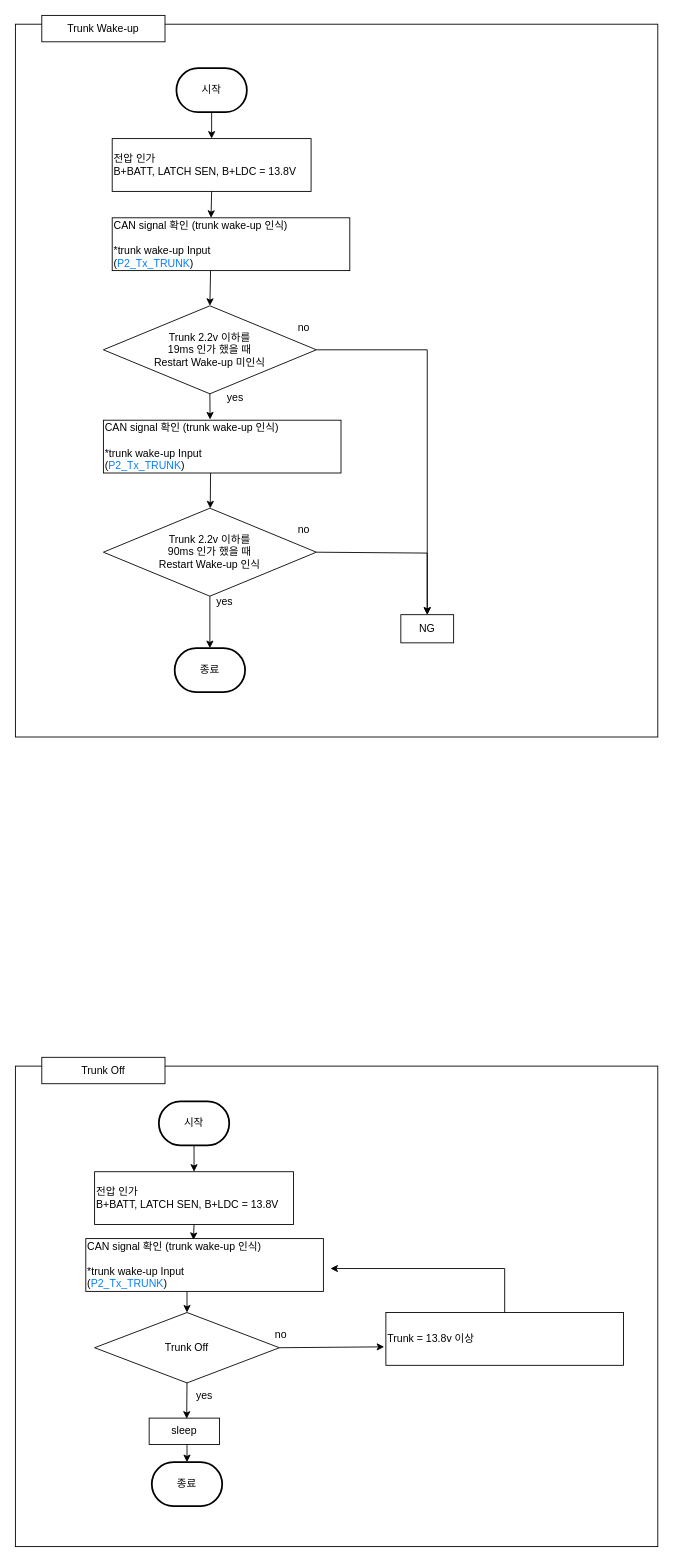
Above: Trunk Wake-up.drawio in chaeyoonl/state-transition-diagram-test (draw.io), before the change. Source tidied: cells renumbered, new cells numbered last; positions are measured from the earlier drawing's top-left corner, leaving out a move shared by most shapes. Both pictures are drawn from the tidied source at 88%, with x=0, y=0 at pixel (15, 15).
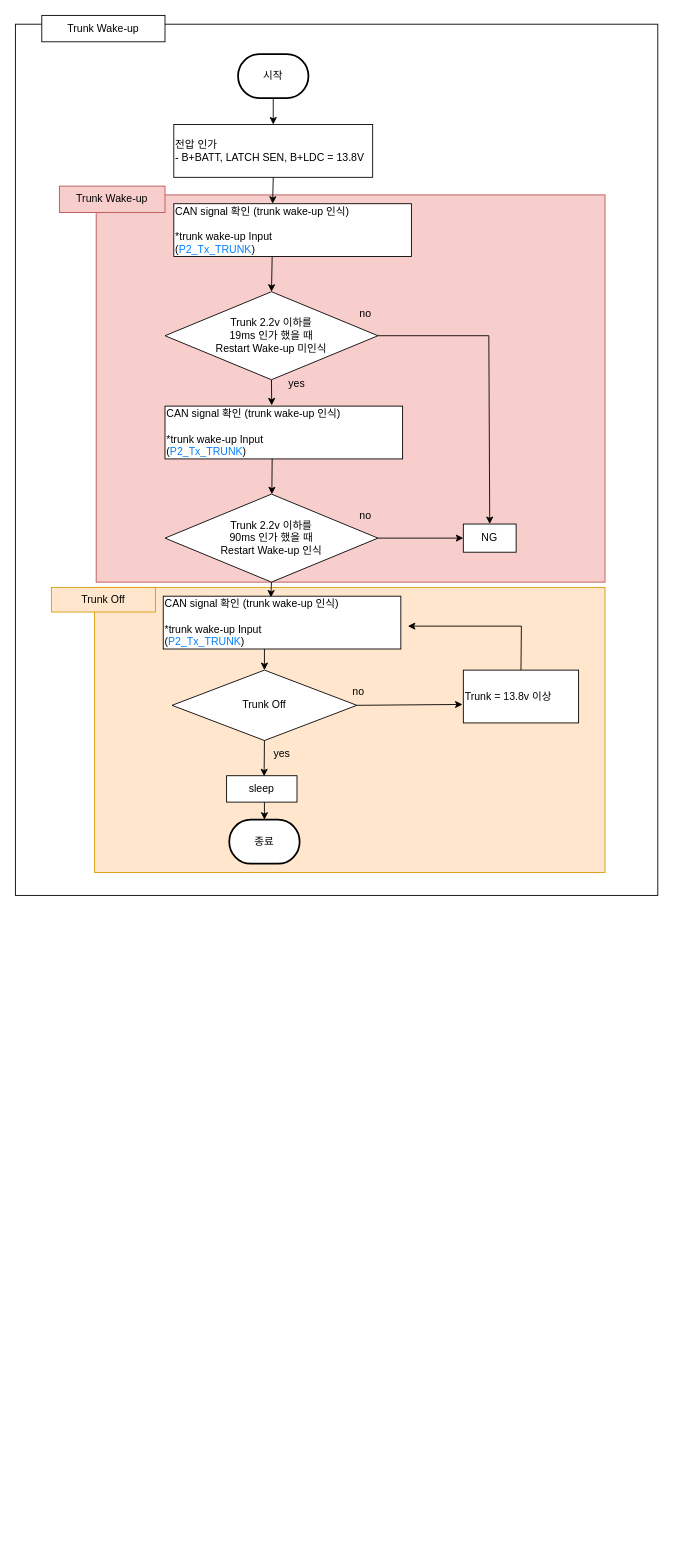
Above is the later version.

Change to the diagram source:
```diff
@@
     <mxCell id="2" style="rounded=0;whiteSpace=wrap;html=1;" parent="1" vertex="1">
-      <mxGeometry y="10" width="730" height="810" as="geometry" />
+      <mxGeometry y="10" width="730" height="990" as="geometry" />
     </mxCell>
+    <mxCell id="10" value="Trunk Wake-up" style="rounded=0;whiteSpace=wrap;html=1;" parent="1" vertex="1">
+      <mxGeometry x="30" width="140" height="30" as="geometry" />
+    </mxCell>
+    <mxCell id="42" style="rounded=0;whiteSpace=wrap;html=1;fillColor=#f8cecc;strokeColor=#b85450;" parent="1" vertex="1">
+      <mxGeometry x="91.8" y="204" width="578.2" height="440" as="geometry" />
+    </mxCell>
+    <mxCell id="43" value="&lt;span style=&quot;color: rgb(0, 0, 0); font-family: Helvetica; font-size: 12px; font-style: normal; font-variant-ligatures: normal; font-variant-caps: normal; font-weight: 400; letter-spacing: normal; orphans: 2; text-align: center; text-indent: 0px; text-transform: none; widows: 2; word-spacing: 0px; -webkit-text-stroke-width: 0px; text-decoration-thickness: initial; text-decoration-style: initial; text-decoration-color: initial; float: none; display: inline !important;&quot;&gt;Trunk Wake-up&lt;br&gt;&lt;/span&gt;" style="rounded=0;whiteSpace=wrap;html=1;fillColor=#f8cecc;strokeColor=#b85450;fillStyle=solid;labelBackgroundColor=none;" parent="1" vertex="1">
+      <mxGeometry x="50" y="194" width="120" height="30" as="geometry" />
+    </mxCell>
     <mxCell id="3" value="시작" style="strokeWidth=2;html=1;shape=mxgraph.flowchart.terminator;whiteSpace=wrap;" parent="1" vertex="1">
-      <mxGeometry x="183" y="60" width="80" height="50" as="geometry" />
+      <mxGeometry x="253" y="44" width="80" height="50" as="geometry" />
     </mxCell>
-    <mxCell id="4" value="종료" style="strokeWidth=2;html=1;shape=mxgraph.flowchart.terminator;whiteSpace=wrap;" parent="1" vertex="1">
-      <mxGeometry x="181" y="719" width="80" height="50" as="geometry" />
-    </mxCell>
-    <mxCell id="5" value="전압 인가&lt;br&gt;B+BATT, LATCH SEN, B+LDC = 13.8V" style="rounded=0;whiteSpace=wrap;html=1;align=left;" parent="1" vertex="1">
-      <mxGeometry x="110" y="140" width="226" height="60" as="geometry" />
+    <mxCell id="5" value="전압 인가&lt;br&gt;- B+BATT, LATCH SEN, B+LDC = 13.8V" style="rounded=0;whiteSpace=wrap;html=1;align=left;" parent="1" vertex="1">
+      <mxGeometry x="180" y="124" width="226" height="60" as="geometry" />
     </mxCell>
     <mxCell id="6" value="Trunk 2.2v 이하를&lt;br&gt;19ms 인가 했을 때 &lt;br&gt;Restart Wake-up 미인식" style="rhombus;whiteSpace=wrap;html=1;" parent="1" vertex="1">
-      <mxGeometry x="100" y="330" width="242" height="100" as="geometry" />
+      <mxGeometry x="170" y="314" width="242" height="100" as="geometry" />
     </mxCell>
@@
-    <mxCell id="9" style="endArrow=classic;html=1;rounded=0;exitX=0.5;exitY=1;exitDx=0;exitDy=0;entryX=0.5;entryY=0;entryDx=0;entryDy=0;entryPerimeter=0;" parent="1" edge="1" target="4">
-      <mxGeometry relative="1" as="geometry">
-        <mxPoint x="221" y="660" as="sourcePoint" />
-      </mxGeometry>
-    </mxCell>
-    <mxCell id="10" value="Trunk Wake-up" style="rounded=0;whiteSpace=wrap;html=1;" parent="1" vertex="1">
-      <mxGeometry x="30" width="140" height="30" as="geometry" />
-    </mxCell>
-    <mxCell id="11" style="rounded=0;whiteSpace=wrap;html=1;" parent="1" vertex="1">
-      <mxGeometry y="1194" width="730" height="546" as="geometry" />
-    </mxCell>
-    <mxCell id="12" value="시작" style="strokeWidth=2;html=1;shape=mxgraph.flowchart.terminator;whiteSpace=wrap;" parent="1" vertex="1">
-      <mxGeometry x="163" y="1234" width="80" height="50" as="geometry" />
-    </mxCell>
-    <mxCell id="13" value="종료" style="strokeWidth=2;html=1;shape=mxgraph.flowchart.terminator;whiteSpace=wrap;" parent="1" vertex="1">
-      <mxGeometry x="155" y="1644" width="80" height="50" as="geometry" />
-    </mxCell>
-    <mxCell id="14" value="전압 인가&lt;br&gt;B+BATT, LATCH SEN, B+LDC = 13.8V" style="rounded=0;whiteSpace=wrap;html=1;align=left;" parent="1" vertex="1">
-      <mxGeometry x="90" y="1314" width="226" height="60" as="geometry" />
-    </mxCell>
-    <mxCell id="15" value="Trunk&amp;nbsp;Off" style="rhombus;whiteSpace=wrap;html=1;" parent="1" vertex="1">
-      <mxGeometry x="90" y="1474" width="210" height="80" as="geometry" />
-    </mxCell>
-    <mxCell id="16" style="endArrow=classic;html=1;rounded=0;exitX=0.5;exitY=1;exitDx=0;exitDy=0;entryX=0.5;entryY=0;entryDx=0;entryDy=0;" parent="1" edge="1" target="15">
-      <mxGeometry relative="1" as="geometry">
-        <mxPoint x="195" y="1434" as="sourcePoint" />
-      </mxGeometry>
-    </mxCell>
-    <mxCell id="17" style="endArrow=classic;html=1;rounded=0;exitX=0.5;exitY=1;exitDx=0;exitDy=0;exitPerimeter=0;entryX=0.5;entryY=0;entryDx=0;entryDy=0;" parent="1" edge="1" source="12" target="14">
-      <mxGeometry relative="1" as="geometry" />
-    </mxCell>
-    <mxCell id="18" style="endArrow=classic;html=1;rounded=0;exitX=0.5;exitY=1;exitDx=0;exitDy=0;entryX=0.5;entryY=0;entryDx=0;entryDy=0;entryPerimeter=0;" parent="1" edge="1" target="13">
-      <mxGeometry relative="1" as="geometry">
-        <mxPoint x="195" y="1624" as="sourcePoint" />
-      </mxGeometry>
-    </mxCell>
-    <mxCell id="19" value="Trunk = 13.8v 이상" style="rounded=0;whiteSpace=wrap;html=1;align=left;" parent="1" vertex="1">
-      <mxGeometry x="421" y="1474" width="270" height="60" as="geometry" />
-    </mxCell>
-    <mxCell id="20" style="endArrow=classic;html=1;rounded=0;exitX=1;exitY=0.5;exitDx=0;exitDy=0;entryX=-0.007;entryY=0.65;entryDx=0;entryDy=0;entryPerimeter=0;" parent="1" edge="1" source="15" target="19">
-      <mxGeometry relative="1" as="geometry" />
-    </mxCell>
+    <mxCell id="26" value="no" style="text;html=1;strokeColor=none;fillColor=none;align=center;verticalAlign=middle;whiteSpace=wrap;rounded=0;" parent="1" vertex="1">
+      <mxGeometry x="368" y="324" width="60" height="30" as="geometry" />
+    </mxCell>
+    <mxCell id="32" value="yes" style="text;html=1;strokeColor=none;fillColor=none;align=center;verticalAlign=middle;whiteSpace=wrap;rounded=0;" parent="1" vertex="1">
+      <mxGeometry x="290" y="404" width="60" height="30" as="geometry" />
+    </mxCell>
+    <mxCell id="33" style="endArrow=classic;html=1;rounded=0;exitX=1;exitY=0.5;exitDx=0;exitDy=0;entryX=0.5;entryY=0;entryDx=0;entryDy=0;" parent="1" edge="1" source="6" target="31">
+      <mxGeometry relative="1" as="geometry">
+        <Array as="points">
+          <mxPoint x="538" y="364" />
+        </Array>
+      </mxGeometry>
+    </mxCell>
+    <mxCell id="37" value="CAN signal 확인 (trunk wake-up 인식)&lt;br style=&quot;border-color: var(--border-color);&quot;&gt;&lt;br style=&quot;border-color: var(--border-color);&quot;&gt;*trunk wake-up&amp;nbsp;Input&amp;nbsp;&lt;br style=&quot;border-color: var(--border-color);&quot;&gt;(&lt;font style=&quot;border-color: var(--border-color);&quot; color=&quot;#007fff&quot;&gt;P2_Tx_TRUNK&lt;/font&gt;)" style="rounded=0;whiteSpace=wrap;html=1;align=left;" parent="1" vertex="1">
+      <mxGeometry x="180" y="214" width="270" height="60" as="geometry" />
+    </mxCell>
+    <mxCell id="38" style="endArrow=classic;html=1;rounded=0;exitX=0.5;exitY=1;exitDx=0;exitDy=0;entryX=0.416;entryY=0;entryDx=0;entryDy=0;entryPerimeter=0;" parent="1" edge="1" source="5" target="37">
+      <mxGeometry relative="1" as="geometry" />
+    </mxCell>
+    <mxCell id="39" style="endArrow=classic;html=1;rounded=0;exitX=0.5;exitY=1;exitDx=0;exitDy=0;entryX=0.449;entryY=-0.014;entryDx=0;entryDy=0;entryPerimeter=0;" parent="1" edge="1" source="6" target="40">
+      <mxGeometry relative="1" as="geometry" />
+    </mxCell>
+    <mxCell id="40" value="CAN signal 확인 (trunk wake-up 인식)&lt;br style=&quot;border-color: var(--border-color);&quot;&gt;&lt;br style=&quot;border-color: var(--border-color);&quot;&gt;*trunk wake-up&amp;nbsp;Input&amp;nbsp;&lt;br style=&quot;border-color: var(--border-color);&quot;&gt;(&lt;font style=&quot;border-color: var(--border-color);&quot; color=&quot;#007fff&quot;&gt;P2_Tx_TRUNK&lt;/font&gt;)" style="rounded=0;whiteSpace=wrap;html=1;align=left;" parent="1" vertex="1">
+      <mxGeometry x="170" y="444" width="270" height="60" as="geometry" />
+    </mxCell>
+    <mxCell id="44" style="rounded=0;whiteSpace=wrap;html=1;fillColor=#ffe6cc;strokeColor=#d79b00;" parent="1" vertex="1">
+      <mxGeometry x="90" y="650" width="580" height="324" as="geometry" />
+    </mxCell>
-    <mxCell id="21" value="Trunk&amp;nbsp;Off" style="rounded=0;whiteSpace=wrap;html=1;" parent="1" vertex="1">
-      <mxGeometry x="30" y="1184" width="140" height="30" as="geometry" />
+    <mxCell id="21" value="&lt;span style=&quot;color: rgb(0, 0, 0); font-family: Helvetica; font-size: 12px; font-style: normal; font-variant-ligatures: normal; font-variant-caps: normal; font-weight: 400; letter-spacing: normal; orphans: 2; text-align: center; text-indent: 0px; text-transform: none; widows: 2; word-spacing: 0px; -webkit-text-stroke-width: 0px; text-decoration-thickness: initial; text-decoration-style: initial; text-decoration-color: initial; float: none; display: inline !important;&quot;&gt;Trunk Off&lt;br&gt;&lt;/span&gt;" style="rounded=0;whiteSpace=wrap;html=1;fillColor=#ffe6cc;strokeColor=#d79b00;labelBackgroundColor=none;" parent="1" vertex="1">
+      <mxGeometry x="40.9" y="650" width="118.2" height="28" as="geometry" />
     </mxCell>
-    <mxCell id="22" value="sleep" style="rounded=0;whiteSpace=wrap;html=1;align=center;" parent="1" vertex="1">
-      <mxGeometry x="152" y="1594" width="80" height="30" as="geometry" />
-    </mxCell>
-    <mxCell id="23" style="endArrow=classic;html=1;rounded=0;exitX=0.5;exitY=1;exitDx=0;exitDy=0;entryX=0.533;entryY=0.022;entryDx=0;entryDy=0;entryPerimeter=0;" parent="1" edge="1" source="15" target="22">
-      <mxGeometry relative="1" as="geometry" />
-    </mxCell>
-    <mxCell id="24" value="yes" style="text;html=1;strokeColor=none;fillColor=none;align=center;verticalAlign=middle;whiteSpace=wrap;rounded=0;" parent="1" vertex="1">
-      <mxGeometry x="208" y="651" width="60" height="30" as="geometry" />
-    </mxCell>
-    <mxCell id="25" value="yes" style="text;html=1;strokeColor=none;fillColor=none;align=center;verticalAlign=middle;whiteSpace=wrap;rounded=0;" parent="1" vertex="1">
-      <mxGeometry x="185" y="1554" width="60" height="30" as="geometry" />
-    </mxCell>
-    <mxCell id="26" value="no" style="text;html=1;strokeColor=none;fillColor=none;align=center;verticalAlign=middle;whiteSpace=wrap;rounded=0;" parent="1" vertex="1">
-      <mxGeometry x="298" y="340" width="60" height="30" as="geometry" />
-    </mxCell>
-    <mxCell id="27" value="no" style="text;html=1;strokeColor=none;fillColor=none;align=center;verticalAlign=middle;whiteSpace=wrap;rounded=0;" parent="1" vertex="1">
-      <mxGeometry x="272" y="1484" width="60" height="30" as="geometry" />
-    </mxCell>
     <mxCell id="28" value="Trunk 2.2v 이하를&lt;br&gt;90ms 인가 했을 때 &lt;br&gt;Restart Wake-up 인식" style="rhombus;whiteSpace=wrap;html=1;" parent="1" vertex="1">
-      <mxGeometry x="100" y="560" width="242" height="100" as="geometry" />
+      <mxGeometry x="170" y="544" width="242" height="100" as="geometry" />
     </mxCell>
     <mxCell id="29" value="no" style="text;html=1;strokeColor=none;fillColor=none;align=center;verticalAlign=middle;whiteSpace=wrap;rounded=0;" parent="1" vertex="1">
-      <mxGeometry x="298" y="570" width="60" height="30" as="geometry" />
+      <mxGeometry x="368" y="554" width="60" height="30" as="geometry" />
     </mxCell>
@@
     <mxCell id="31" value="NG" style="rounded=0;whiteSpace=wrap;html=1;align=center;" parent="1" vertex="1">
-      <mxGeometry x="438" y="681" width="60" height="32" as="geometry" />
+      <mxGeometry x="509" y="578" width="60" height="32" as="geometry" />
     </mxCell>
-    <mxCell id="32" value="yes" style="text;html=1;strokeColor=none;fillColor=none;align=center;verticalAlign=middle;whiteSpace=wrap;rounded=0;" parent="1" vertex="1">
-      <mxGeometry x="220" y="420" width="60" height="30" as="geometry" />
-    </mxCell>
-    <mxCell id="33" style="endArrow=classic;html=1;rounded=0;exitX=1;exitY=0.5;exitDx=0;exitDy=0;entryX=0.5;entryY=0;entryDx=0;entryDy=0;" parent="1" edge="1" source="6" target="31">
-      <mxGeometry relative="1" as="geometry">
-        <Array as="points">
-          <mxPoint x="468" y="380" />
-        </Array>
-      </mxGeometry>
-    </mxCell>
-    <mxCell id="34" style="endArrow=classic;html=1;rounded=0;exitX=1;exitY=0.5;exitDx=0;exitDy=0;" parent="1" edge="1" source="28">
-      <mxGeometry relative="1" as="geometry">
-        <mxPoint x="468" y="681" as="targetPoint" />
-        <Array as="points">
-          <mxPoint x="468" y="611" />
-        </Array>
-      </mxGeometry>
+    <mxCell id="34" style="endArrow=classic;html=1;rounded=0;exitX=1;exitY=0.5;exitDx=0;exitDy=0;entryX=0;entryY=0.5;entryDx=0;entryDy=0;" parent="1" edge="1" source="28" target="31">
+      <mxGeometry relative="1" as="geometry" />
     </mxCell>
-    <mxCell id="35" style="endArrow=classic;html=1;rounded=0;exitX=0.5;exitY=0;exitDx=0;exitDy=0;" parent="1" edge="1" source="19">
-      <mxGeometry relative="1" as="geometry">
-        <mxPoint x="358" y="1424" as="targetPoint" />
-        <Array as="points">
-          <mxPoint x="556" y="1424" />
-        </Array>
-      </mxGeometry>
-    </mxCell>
-    <mxCell id="36" style="endArrow=classic;html=1;rounded=0;exitX=0.5;exitY=1;exitDx=0;exitDy=0;entryX=0.453;entryY=0.025;entryDx=0;entryDy=0;entryPerimeter=0;" parent="1" edge="1" source="14" target="41">
-      <mxGeometry relative="1" as="geometry" />
-    </mxCell>
-    <mxCell id="37" value="CAN signal 확인 (trunk wake-up 인식)&lt;br style=&quot;border-color: var(--border-color);&quot;&gt;&lt;br style=&quot;border-color: var(--border-color);&quot;&gt;*trunk wake-up&amp;nbsp;Input&amp;nbsp;&lt;br style=&quot;border-color: var(--border-color);&quot;&gt;(&lt;font style=&quot;border-color: var(--border-color);&quot; color=&quot;#007fff&quot;&gt;P2_Tx_TRUNK&lt;/font&gt;)" style="rounded=0;whiteSpace=wrap;html=1;align=left;" parent="1" vertex="1">
-      <mxGeometry x="110" y="230" width="270" height="60" as="geometry" />
-    </mxCell>
-    <mxCell id="38" style="endArrow=classic;html=1;rounded=0;exitX=0.5;exitY=1;exitDx=0;exitDy=0;entryX=0.416;entryY=0;entryDx=0;entryDy=0;entryPerimeter=0;" parent="1" edge="1" source="5" target="37">
-      <mxGeometry relative="1" as="geometry" />
-    </mxCell>
-    <mxCell id="39" style="endArrow=classic;html=1;rounded=0;exitX=0.5;exitY=1;exitDx=0;exitDy=0;entryX=0.449;entryY=-0.014;entryDx=0;entryDy=0;entryPerimeter=0;" parent="1" edge="1" source="6" target="40">
-      <mxGeometry relative="1" as="geometry" />
-    </mxCell>
-    <mxCell id="40" value="CAN signal 확인 (trunk wake-up 인식)&lt;br style=&quot;border-color: var(--border-color);&quot;&gt;&lt;br style=&quot;border-color: var(--border-color);&quot;&gt;*trunk wake-up&amp;nbsp;Input&amp;nbsp;&lt;br style=&quot;border-color: var(--border-color);&quot;&gt;(&lt;font style=&quot;border-color: var(--border-color);&quot; color=&quot;#007fff&quot;&gt;P2_Tx_TRUNK&lt;/font&gt;)" style="rounded=0;whiteSpace=wrap;html=1;align=left;" parent="1" vertex="1">
-      <mxGeometry x="100" y="460" width="270" height="60" as="geometry" />
-    </mxCell>
+    <mxCell id="45" value="종료" style="strokeWidth=2;html=1;shape=mxgraph.flowchart.terminator;whiteSpace=wrap;" parent="1" vertex="1">
+      <mxGeometry x="243" y="914" width="80" height="50" as="geometry" />
+    </mxCell>
+    <mxCell id="15" value="Trunk&amp;nbsp;Off" style="rhombus;whiteSpace=wrap;html=1;" parent="1" vertex="1">
+      <mxGeometry x="178" y="744" width="210" height="80" as="geometry" />
+    </mxCell>
+    <mxCell id="46" style="endArrow=classic;html=1;rounded=0;exitX=0.5;exitY=1;exitDx=0;exitDy=0;entryX=0.5;entryY=0;entryDx=0;entryDy=0;" parent="1" edge="1" target="15">
+      <mxGeometry relative="1" as="geometry">
+        <mxPoint x="283" y="704" as="sourcePoint" />
+      </mxGeometry>
+    </mxCell>
+    <mxCell id="47" style="endArrow=classic;html=1;rounded=0;exitX=0.5;exitY=1;exitDx=0;exitDy=0;entryX=0.5;entryY=0;entryDx=0;entryDy=0;entryPerimeter=0;" parent="1" edge="1" target="45">
+      <mxGeometry relative="1" as="geometry">
+        <mxPoint x="283" y="894" as="sourcePoint" />
+      </mxGeometry>
+    </mxCell>
+    <mxCell id="19" value="Trunk = 13.8v 이상" style="rounded=0;whiteSpace=wrap;html=1;align=left;" parent="1" vertex="1">
+      <mxGeometry x="509" y="744" width="131" height="60" as="geometry" />
+    </mxCell>
+    <mxCell id="20" style="endArrow=classic;html=1;rounded=0;exitX=1;exitY=0.5;exitDx=0;exitDy=0;entryX=-0.007;entryY=0.65;entryDx=0;entryDy=0;entryPerimeter=0;" parent="1" edge="1" source="15" target="19">
+      <mxGeometry relative="1" as="geometry" />
+    </mxCell>
+    <mxCell id="22" value="sleep" style="rounded=0;whiteSpace=wrap;html=1;align=center;" parent="1" vertex="1">
+      <mxGeometry x="240" y="864" width="80" height="30" as="geometry" />
+    </mxCell>
+    <mxCell id="23" style="endArrow=classic;html=1;rounded=0;exitX=0.5;exitY=1;exitDx=0;exitDy=0;entryX=0.533;entryY=0.022;entryDx=0;entryDy=0;entryPerimeter=0;" parent="1" edge="1" source="15" target="22">
+      <mxGeometry relative="1" as="geometry" />
+    </mxCell>
+    <mxCell id="48" value="yes" style="text;html=1;strokeColor=none;fillColor=none;align=center;verticalAlign=middle;whiteSpace=wrap;rounded=0;" parent="1" vertex="1">
+      <mxGeometry x="273" y="824" width="60" height="30" as="geometry" />
+    </mxCell>
+    <mxCell id="27" value="no" style="text;html=1;strokeColor=none;fillColor=none;align=center;verticalAlign=middle;whiteSpace=wrap;rounded=0;" parent="1" vertex="1">
+      <mxGeometry x="360" y="754" width="60" height="30" as="geometry" />
+    </mxCell>
+    <mxCell id="49" style="endArrow=classic;html=1;rounded=0;exitX=0.5;exitY=0;exitDx=0;exitDy=0;" parent="1" edge="1" source="19">
+      <mxGeometry relative="1" as="geometry">
+        <mxPoint x="446" y="694" as="targetPoint" />
+        <Array as="points">
+          <mxPoint x="575" y="694" />
+        </Array>
+      </mxGeometry>
+    </mxCell>
+    <mxCell id="50" style="endArrow=classic;html=1;rounded=0;exitX=0.5;exitY=1;exitDx=0;exitDy=0;entryX=0.453;entryY=0.025;entryDx=0;entryDy=0;entryPerimeter=0;" parent="1" edge="1" target="41">
+      <mxGeometry relative="1" as="geometry">
+        <mxPoint x="291" y="644" as="sourcePoint" />
+      </mxGeometry>
+    </mxCell>
     <mxCell id="41" value="CAN signal 확인 (trunk wake-up 인식)&lt;br&gt;&lt;br&gt;*trunk wake-up&amp;nbsp;Input&amp;nbsp;&lt;br&gt;(&lt;font color=&quot;#007fff&quot;&gt;P2_Tx_TRUNK&lt;/font&gt;)" style="rounded=0;whiteSpace=wrap;html=1;align=left;" parent="1" vertex="1">
-      <mxGeometry x="80" y="1390" width="270" height="60" as="geometry" />
+      <mxGeometry x="168" y="660" width="270" height="60" as="geometry" />
     </mxCell>
```
